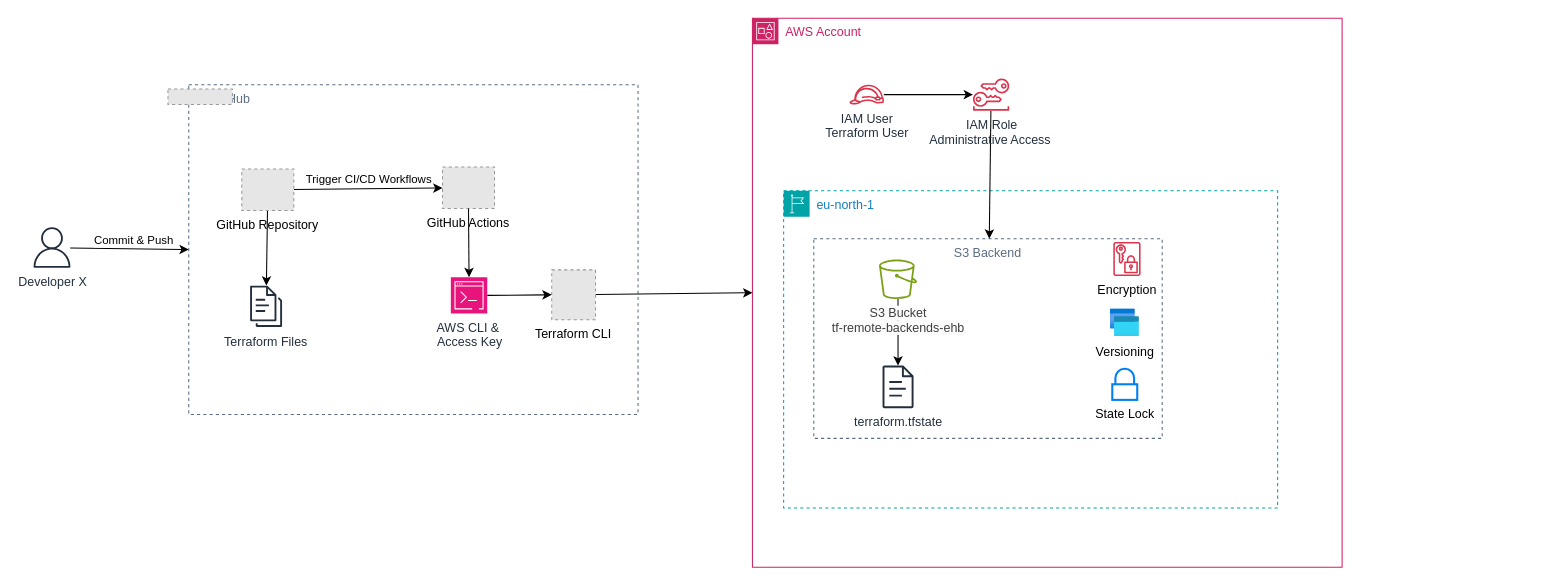
Before: page "tf-aws-setup-maturity-level-0-solution-github-actions" (1 of 4) of docs/mlops-solution-designs.drawio in fserk729/mlops-repo, a draw.io diagram. Source tidied: cells renumbered, new cells numbered last; positions are measured from the earlier drawing's top-left corner, leaving out a move shared by most shapes. Both pictures are drawn from the tidied source at 104%, with x=0, y=0 at pixel (31, 18). Pictures stored in the file or linked from it are replaced by grey dashed boxes.
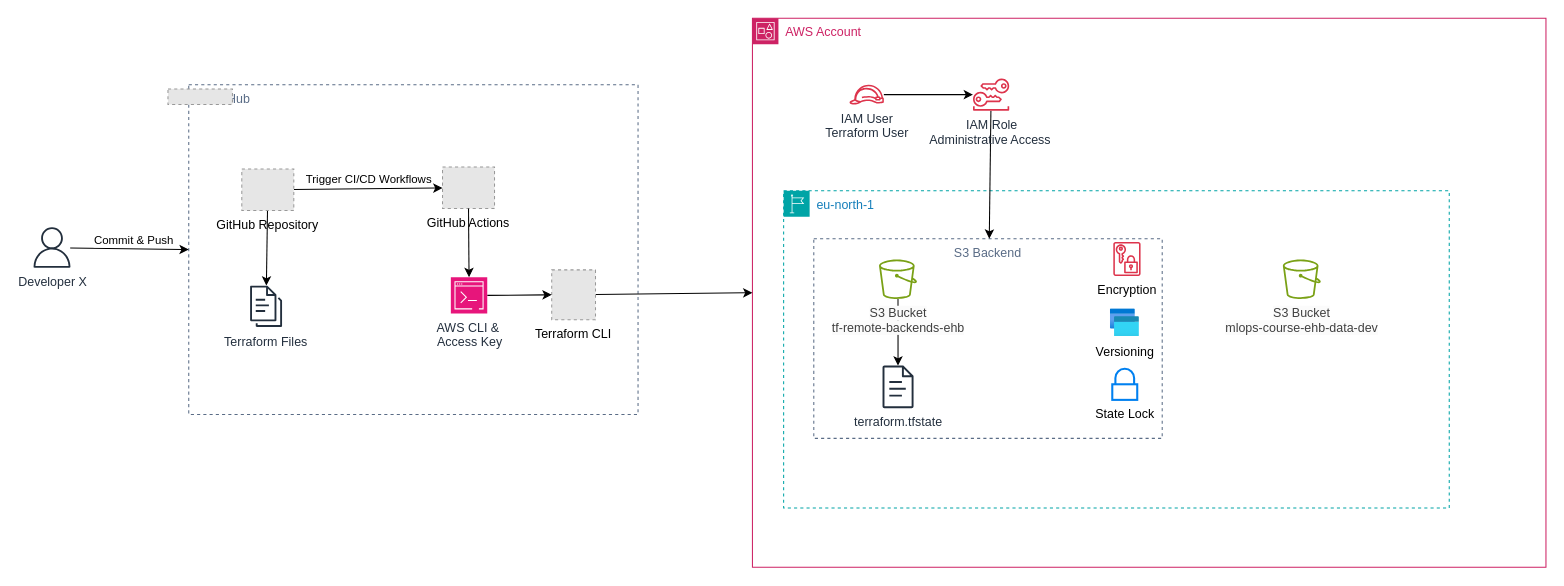
After the change.

What changed in the source:
```diff
@@
     <mxCell id="3" value="AWS Account" style="points=[[0,0],[0.25,0],[0.5,0],[0.75,0],[1,0],[1,0.25],[1,0.5],[1,0.75],[1,1],[0.75,1],[0.5,1],[0.25,1],[0,1],[0,0.75],[0,0.5],[0,0.25]];outlineConnect=0;gradientColor=none;html=1;whiteSpace=wrap;fontSize=12;fontStyle=0;shape=mxgraph.aws4.group;grIcon=mxgraph.aws4.group_account;strokeColor=#CD2264;fillColor=none;verticalAlign=top;align=left;spacingLeft=30;fontColor=#CD2264;dashed=0;" parent="1" vertex="1">
-      <mxGeometry x="693" width="567" height="528" as="geometry" />
+      <mxGeometry x="693" width="763" height="528" as="geometry" />
     </mxCell>
     <mxCell id="4" value="eu-north-1" style="gradientColor=none;html=1;whiteSpace=wrap;fontSize=12;fontStyle=0;shape=mxgraph.aws4.group;grIcon=mxgraph.aws4.group_region;strokeColor=#00A4A6;fillColor=none;verticalAlign=top;align=left;spacingLeft=30;fontColor=#147EBA;dashed=1;" parent="3" vertex="1">
-      <mxGeometry x="30" y="166" width="475" height="305" as="geometry" />
+      <mxGeometry x="30" y="166" width="640" height="305" as="geometry" />
     </mxCell>
@@
+    <mxCell id="30" value="&lt;div&gt;&lt;span style=&quot;color: rgb(63, 63, 63); font-family: Helvetica; font-size: 12px; font-style: normal; font-variant-ligatures: normal; font-variant-caps: normal; font-weight: 400; letter-spacing: normal; orphans: 2; text-align: center; text-indent: 0px; text-transform: none; widows: 2; word-spacing: 0px; -webkit-text-stroke-width: 0px; white-space: nowrap; background-color: rgb(251, 251, 251); text-decoration-thickness: initial; text-decoration-style: initial; text-decoration-color: initial; float: none; display: inline !important;&quot;&gt;S3 Bucket&lt;/span&gt;&lt;/div&gt;&lt;div&gt;&lt;span style=&quot;orphans: 2; text-align: center; text-indent: 0px; widows: 2; background-color: rgb(251, 251, 251); text-decoration-thickness: initial; text-decoration-style: initial; text-decoration-color: initial; float: none; display: inline !important; color: rgb(63, 63, 63);&quot;&gt;mlops-course-ehb-data-dev&lt;/span&gt;&lt;/div&gt;" style="sketch=0;fontColor=#232F3E;gradientColor=none;fillColor=#7AA116;strokeColor=none;dashed=0;verticalLabelPosition=bottom;verticalAlign=top;align=center;html=1;fontSize=12;fontStyle=0;shape=mxgraph.aws4.bucket;" parent="4" vertex="1">
+      <mxGeometry x="480" y="66" width="36.5" height="38" as="geometry" />
+    </mxCell>
```
